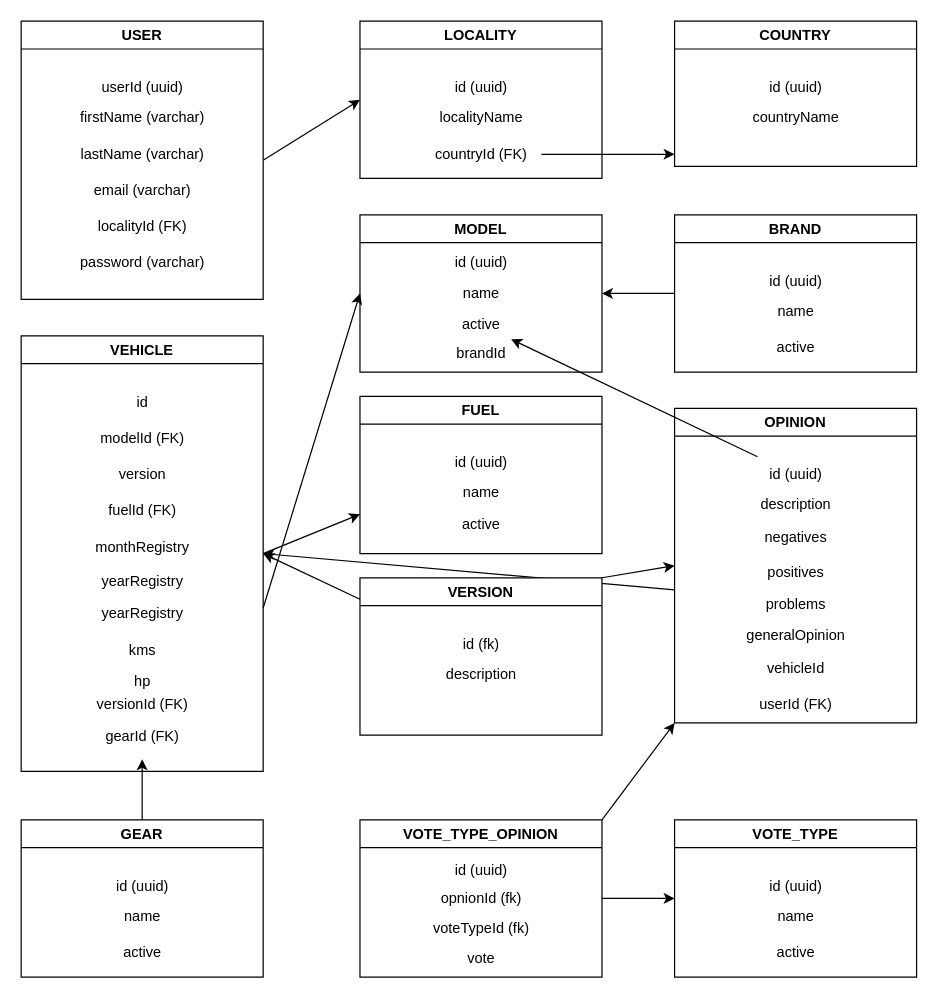
alvesa/vehicles-backend keeps this draw.io diagram as concept/register.drawio. Above is the earlier version. Source tidied: cells renumbered, new cells numbered last; positions are measured from the earlier drawing's top-left corner, leaving out a move shared by most shapes. Both pictures are drawn from the tidied source at 121%, with x=0, y=0 at pixel (21, 21).
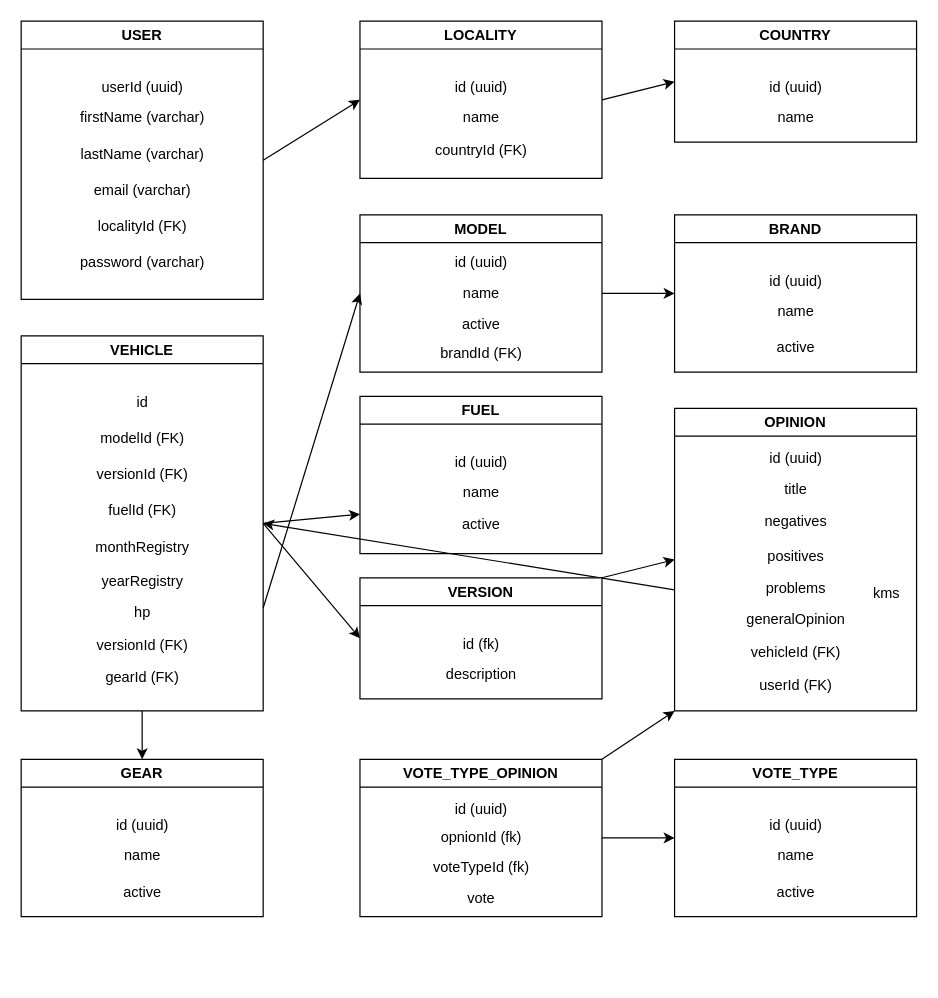
Above is the later version.

Unchanged cells that the change refers to:
```xml
<mxCell id="13" value="LOCALITY" style="swimlane;whiteSpace=wrap;html=1;" parent="1" vertex="1">
  <mxGeometry x="280" width="200" height="130" as="geometry" />
</mxCell>
<mxCell id="30" value="BRAND" style="swimlane;whiteSpace=wrap;html=1;" parent="1" vertex="1">
  <mxGeometry x="540" y="160" width="200" height="130" as="geometry" />
</mxCell>
<mxCell id="34" value="MODEL" style="swimlane;whiteSpace=wrap;html=1;" parent="1" vertex="1">
  <mxGeometry x="280" y="160" width="200" height="130" as="geometry" />
</mxCell>
<mxCell id="37" value="active" style="text;html=1;align=center;verticalAlign=middle;points=[];strokeColor=none;fillColor=none;" parent="34" vertex="1">
  <mxGeometry x="75" y="76" width="50" height="30" as="geometry" />
</mxCell>
```

What changed in the source:
```diff
@@
+    <mxCell id="78" style="edgeStyle=none;html=1;exitX=1;exitY=0.5;exitDx=0;exitDy=0;entryX=0;entryY=0.5;entryDx=0;entryDy=0;" parent="1" edge="1" source="2" target="58">
+      <mxGeometry relative="1" as="geometry" />
+    </mxCell>
+    <mxCell id="79" style="edgeStyle=none;html=1;exitX=0.5;exitY=1;exitDx=0;exitDy=0;" parent="1" edge="1" source="2" target="74">
+      <mxGeometry relative="1" as="geometry" />
+    </mxCell>
     <mxCell id="2" value="VEHICLE" style="swimlane;whiteSpace=wrap;html=1;" parent="1" vertex="1">
-      <mxGeometry y="260" width="200" height="360" as="geometry" />
+      <mxGeometry y="260" width="200" height="310" as="geometry" />
     </mxCell>
@@
-    <mxCell id="6" value="version" style="text;html=1;align=center;verticalAlign=middle;strokeColor=none;fillColor=none;" parent="2" vertex="1">
-      <mxGeometry x="70" y="100" width="60" height="30" as="geometry" />
+    <mxCell id="6" value="versionId (FK)" style="text;html=1;align=center;verticalAlign=middle;strokeColor=none;fillColor=none;" parent="2" vertex="1">
+      <mxGeometry x="50" y="100" width="100" height="30" as="geometry" />
     </mxCell>
@@
-    <mxCell id="9" value="kms" style="text;html=1;align=center;verticalAlign=middle;strokeColor=none;fillColor=none;" parent="2" vertex="1">
-      <mxGeometry x="75" y="245" width="50" height="30" as="geometry" />
-    </mxCell>
     <mxCell id="10" value="hp" style="text;html=1;align=center;verticalAlign=middle;strokeColor=none;fillColor=none;" parent="2" vertex="1">
-      <mxGeometry x="80" y="271" width="40" height="30" as="geometry" />
+      <mxGeometry x="80" y="214" width="40" height="30" as="geometry" />
     </mxCell>
     <mxCell id="11" value="versionId (FK)" style="text;html=1;align=center;verticalAlign=middle;strokeColor=none;fillColor=none;" parent="2" vertex="1">
-      <mxGeometry x="50" y="290" width="100" height="30" as="geometry" />
+      <mxGeometry x="50" y="241" width="100" height="30" as="geometry" />
     </mxCell>
     <mxCell id="12" value="gearId (FK)" style="text;html=1;align=center;verticalAlign=middle;strokeColor=none;fillColor=none;" parent="2" vertex="1">
-      <mxGeometry x="60" y="316" width="80" height="30" as="geometry" />
+      <mxGeometry x="60" y="268" width="80" height="30" as="geometry" />
     </mxCell>
+    <mxCell id="80" style="edgeStyle=none;html=1;exitX=1;exitY=0.5;exitDx=0;exitDy=0;entryX=0;entryY=0.5;entryDx=0;entryDy=0;" parent="1" edge="1" source="13" target="18">
+      <mxGeometry relative="1" as="geometry" />
+    </mxCell>
@@
-    <mxCell id="15" value="localityName" style="text;html=1;align=center;verticalAlign=middle;strokeColor=none;fillColor=none;" parent="13" vertex="1">
-      <mxGeometry x="55" y="65" width="90" height="30" as="geometry" />
+    <mxCell id="15" value="name" style="text;html=1;align=center;verticalAlign=middle;strokeColor=none;fillColor=none;" parent="13" vertex="1">
+      <mxGeometry x="75" y="65" width="50" height="30" as="geometry" />
     </mxCell>
     <mxCell id="16" value="countryId (FK)" style="text;html=1;align=center;verticalAlign=middle;points=[];strokeColor=none;fillColor=none;" parent="13" vertex="1">
-      <mxGeometry x="50" y="95" width="100" height="30" as="geometry" />
+      <mxGeometry x="50" y="92" width="100" height="30" as="geometry" />
     </mxCell>
@@
     <mxCell id="18" value="COUNTRY" style="swimlane;whiteSpace=wrap;html=1;" parent="1" vertex="1">
-      <mxGeometry x="540" width="200" height="120" as="geometry" />
+      <mxGeometry x="540" width="200" height="100" as="geometry" />
     </mxCell>
@@
-    <mxCell id="20" value="countryName" style="text;html=1;align=center;verticalAlign=middle;strokeColor=none;fillColor=none;" parent="18" vertex="1">
-      <mxGeometry x="55" y="65" width="90" height="30" as="geometry" />
+    <mxCell id="20" value="name" style="text;html=1;align=center;verticalAlign=middle;strokeColor=none;fillColor=none;" parent="18" vertex="1">
+      <mxGeometry x="75" y="65" width="50" height="30" as="geometry" />
     </mxCell>
-    <mxCell id="21" style="edgeStyle=none;html=1;" parent="1" edge="1" source="16">
-      <mxGeometry relative="1" as="geometry">
-        <mxPoint x="540" y="110" as="targetPoint" />
-      </mxGeometry>
-    </mxCell>
@@
-    <mxCell id="29" value="yearRegistry" style="text;html=1;align=center;verticalAlign=middle;strokeColor=none;fillColor=none;" parent="1" vertex="1">
-      <mxGeometry x="55" y="475" width="90" height="30" as="geometry" />
-    </mxCell>
@@
+    <mxCell id="81" style="edgeStyle=none;html=1;exitX=1;exitY=0.5;exitDx=0;exitDy=0;entryX=0;entryY=0.5;entryDx=0;entryDy=0;" parent="1" edge="1" source="34" target="30">
+      <mxGeometry relative="1" as="geometry" />
+    </mxCell>
@@
-    <mxCell id="38" value="brandId" style="text;html=1;align=center;verticalAlign=middle;strokeColor=none;fillColor=none;" parent="34" vertex="1">
-      <mxGeometry x="70" y="100" width="60" height="30" as="geometry" />
+    <mxCell id="38" value="brandId (FK)" style="text;html=1;align=center;verticalAlign=middle;strokeColor=none;fillColor=none;" parent="34" vertex="1">
+      <mxGeometry x="55" y="100" width="90" height="30" as="geometry" />
     </mxCell>
@@
     <mxCell id="46" value="OPINION" style="swimlane;whiteSpace=wrap;html=1;" parent="1" vertex="1">
-      <mxGeometry x="540" y="320" width="200" height="260" as="geometry" />
+      <mxGeometry x="540" y="320" width="200" height="250" as="geometry" />
     </mxCell>
     <mxCell id="47" value="id (uuid)" style="text;html=1;align=center;verticalAlign=middle;points=[];strokeColor=none;fillColor=none;" parent="46" vertex="1">
-      <mxGeometry x="65" y="40" width="70" height="30" as="geometry" />
+      <mxGeometry x="65" y="27" width="70" height="30" as="geometry" />
     </mxCell>
-    <mxCell id="48" value="description" style="text;html=1;align=center;verticalAlign=middle;strokeColor=none;fillColor=none;" parent="46" vertex="1">
-      <mxGeometry x="60" y="65" width="80" height="30" as="geometry" />
+    <mxCell id="48" value="title" style="text;html=1;align=center;verticalAlign=middle;strokeColor=none;fillColor=none;" parent="46" vertex="1">
+      <mxGeometry x="80" y="52" width="40" height="30" as="geometry" />
     </mxCell>
     <mxCell id="49" value="negatives" style="text;html=1;align=center;verticalAlign=middle;strokeColor=none;fillColor=none;" parent="46" vertex="1">
-      <mxGeometry x="65" y="92" width="70" height="30" as="geometry" />
+      <mxGeometry x="65" y="79" width="70" height="30" as="geometry" />
     </mxCell>
     <mxCell id="50" value="positives" style="text;html=1;align=center;verticalAlign=middle;strokeColor=none;fillColor=none;" parent="46" vertex="1">
-      <mxGeometry x="65" y="121" width="70" height="30" as="geometry" />
+      <mxGeometry x="65" y="108" width="70" height="30" as="geometry" />
     </mxCell>
     <mxCell id="51" value="problems" style="text;html=1;align=center;verticalAlign=middle;strokeColor=none;fillColor=none;" parent="46" vertex="1">
-      <mxGeometry x="65" y="147" width="70" height="30" as="geometry" />
+      <mxGeometry x="65" y="134" width="70" height="30" as="geometry" />
     </mxCell>
     <mxCell id="52" value="generalOpinion" style="text;html=1;align=center;verticalAlign=middle;strokeColor=none;fillColor=none;" parent="46" vertex="1">
-      <mxGeometry x="50" y="173" width="100" height="30" as="geometry" />
+      <mxGeometry x="50" y="160" width="100" height="30" as="geometry" />
     </mxCell>
-    <mxCell id="53" value="vehicleId" style="text;html=1;align=center;verticalAlign=middle;strokeColor=none;fillColor=none;" parent="46" vertex="1">
-      <mxGeometry x="65" y="200" width="70" height="30" as="geometry" />
+    <mxCell id="53" value="vehicleId (FK)" style="text;html=1;align=center;verticalAlign=middle;strokeColor=none;fillColor=none;" parent="46" vertex="1">
+      <mxGeometry x="50" y="187" width="100" height="30" as="geometry" />
     </mxCell>
     <mxCell id="54" value="userId (FK)" style="text;html=1;align=center;verticalAlign=middle;strokeColor=none;fillColor=none;" parent="46" vertex="1">
-      <mxGeometry x="60" y="230" width="80" height="30" as="geometry" />
+      <mxGeometry x="60" y="214" width="80" height="30" as="geometry" />
     </mxCell>
-    <mxCell id="55" style="edgeStyle=none;html=1;" parent="1" edge="1" source="47" target="37">
-      <mxGeometry relative="1" as="geometry" />
-    </mxCell>
+    <mxCell id="9" value="kms" style="text;html=1;align=center;verticalAlign=middle;strokeColor=none;fillColor=none;" parent="46" vertex="1">
+      <mxGeometry x="150" y="138" width="50" height="30" as="geometry" />
+    </mxCell>
@@
-    <mxCell id="57" style="edgeStyle=none;html=1;entryX=1;entryY=0.5;entryDx=0;entryDy=0;" parent="1" edge="1" source="58" target="2">
-      <mxGeometry relative="1" as="geometry" />
-    </mxCell>
     <mxCell id="58" value="VERSION" style="swimlane;whiteSpace=wrap;html=1;" parent="1" vertex="1">
-      <mxGeometry x="280" y="460" width="200" height="130" as="geometry" />
+      <mxGeometry x="280" y="460" width="200" height="100" as="geometry" />
     </mxCell>
@@
     <mxCell id="61" value="VOTE_TYPE" style="swimlane;whiteSpace=wrap;html=1;" parent="1" vertex="1">
-      <mxGeometry x="540" y="660" width="200" height="130" as="geometry" />
+      <mxGeometry x="540" y="610" width="200" height="130" as="geometry" />
     </mxCell>
@@
     <mxCell id="67" value="VOTE_TYPE_OPINION" style="swimlane;whiteSpace=wrap;html=1;" parent="1" vertex="1">
-      <mxGeometry x="280" y="660" width="200" height="130" as="geometry" />
+      <mxGeometry x="280" y="610" width="200" height="130" as="geometry" />
     </mxCell>
@@
-    <mxCell id="72" style="edgeStyle=none;html=1;exitX=0;exitY=0.5;exitDx=0;exitDy=0;" parent="1" edge="1" source="30" target="34">
-      <mxGeometry relative="1" as="geometry" />
-    </mxCell>
-    <mxCell id="73" style="edgeStyle=none;html=1;" parent="1" edge="1" source="74">
-      <mxGeometry relative="1" as="geometry">
-        <mxPoint x="100" y="610" as="targetPoint" />
-      </mxGeometry>
-    </mxCell>
     <mxCell id="74" value="GEAR" style="swimlane;whiteSpace=wrap;html=1;" parent="1" vertex="1">
-      <mxGeometry y="660" width="200" height="130" as="geometry" />
+      <mxGeometry y="610" width="200" height="130" as="geometry" />
     </mxCell>
```
